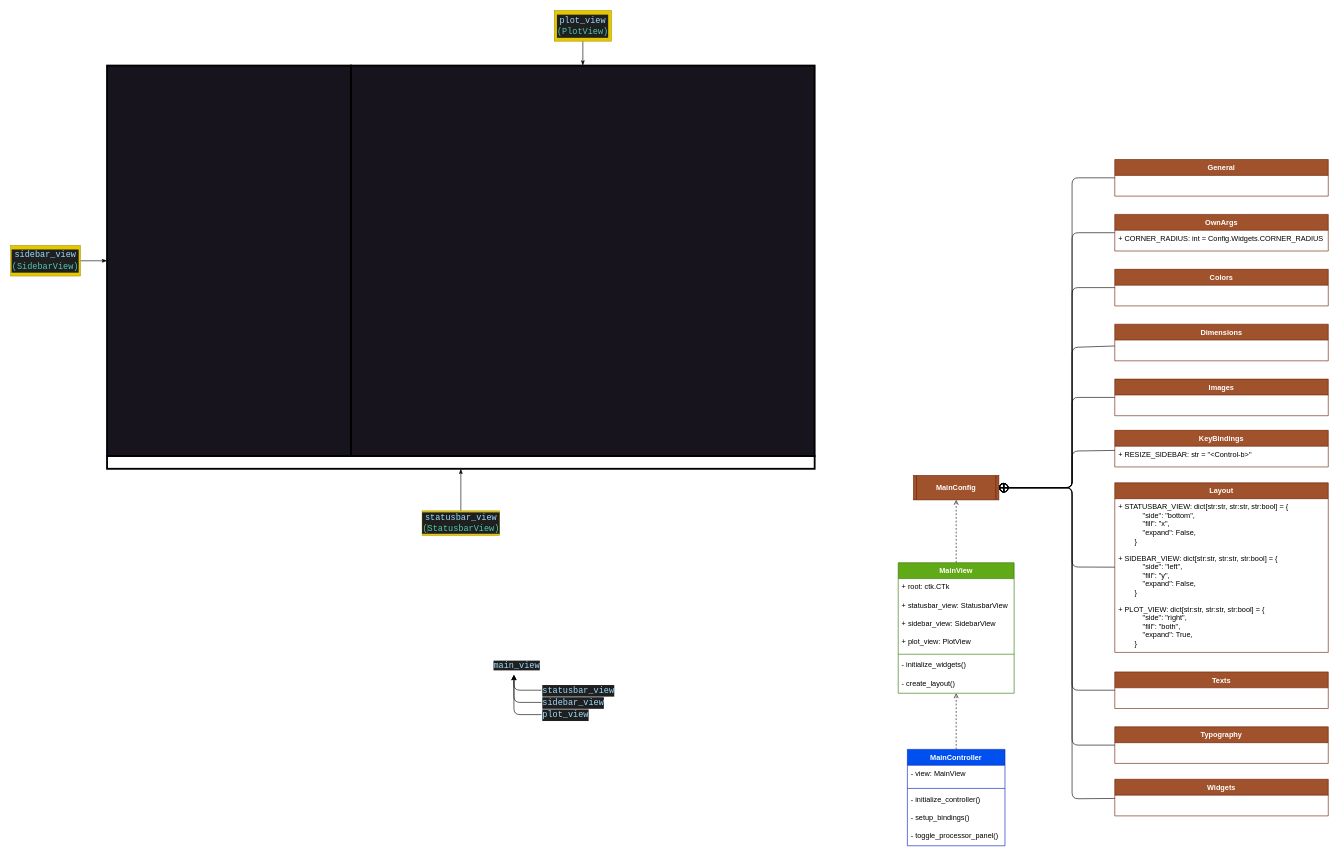
SamerKharabish/CSVision keeps this draw.io diagram as documentation/main_ui.drawio. Above is the earlier version. Source tidied: cells renumbered, new cells numbered last; positions are measured from the earlier drawing's top-left corner, leaving out a move shared by most shapes. Both pictures are drawn from the tidied source at 61%, with x=0, y=0 at pixel (10, 10).
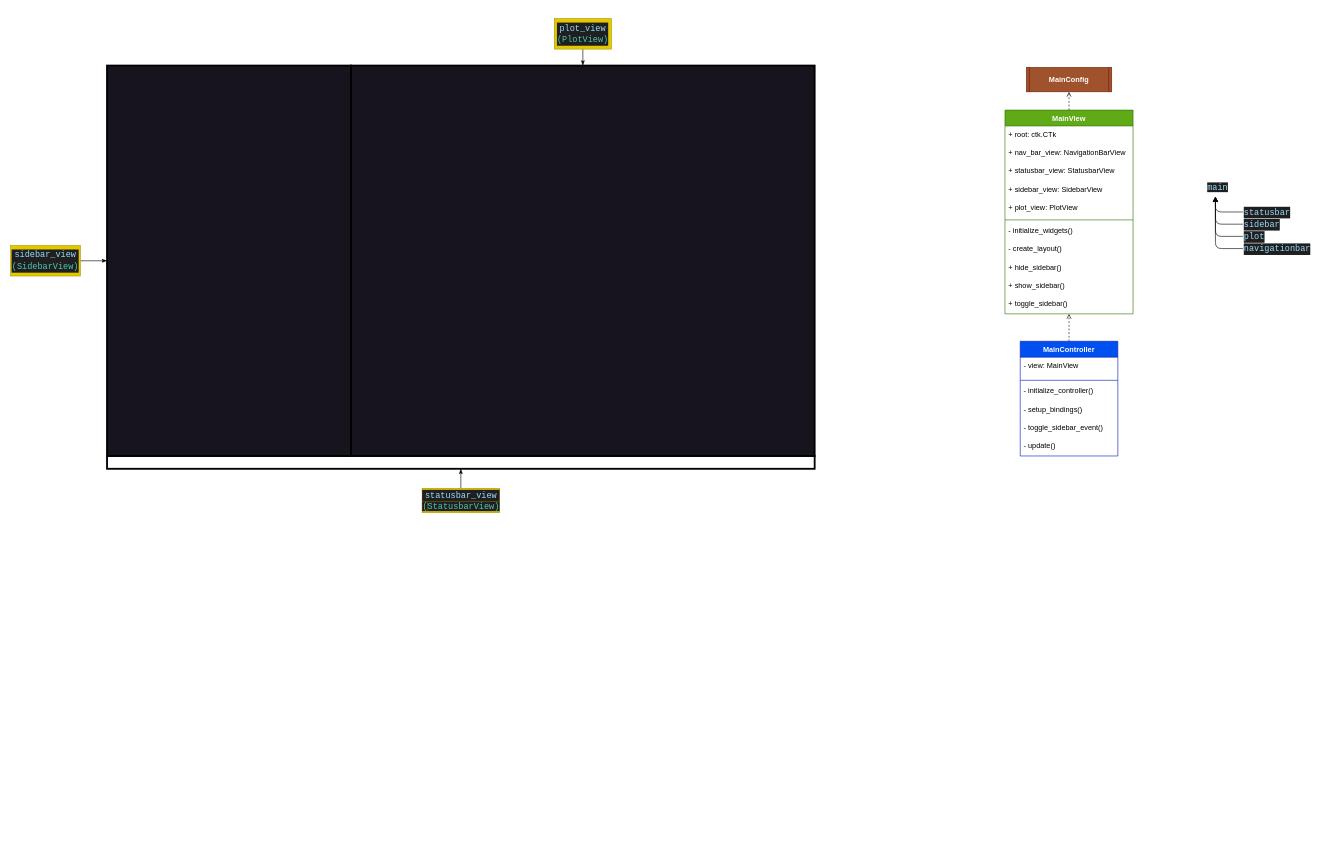
The same page after the edit.

What changed in the source:
```diff
@@
     <mxCell id="8" value="&lt;div style=&quot;color: rgb(204, 204, 204); background-color: rgb(31, 31, 31); font-family: Consolas, &amp;quot;Courier New&amp;quot;, monospace; font-size: 14px; line-height: 19px;&quot;&gt;&lt;span style=&quot;color: #9cdcfe;&quot;&gt;statusbar_view&lt;/span&gt;&lt;/div&gt;&lt;span style=&quot;color: rgb(78, 201, 176); font-family: Consolas, &amp;quot;Courier New&amp;quot;, monospace; font-size: 14px; background-color: rgb(31, 31, 31);&quot;&gt;(&lt;/span&gt;&lt;span style=&quot;color: rgb(78, 201, 176); background-color: rgb(31, 31, 31); font-family: Consolas, &amp;quot;Courier New&amp;quot;, monospace; font-size: 14px;&quot;&gt;StatusbarView)&lt;/span&gt;&lt;span style=&quot;color: rgb(78, 201, 176); font-family: Consolas, &amp;quot;Courier New&amp;quot;, monospace; font-size: 14px; background-color: rgb(31, 31, 31);&quot;&gt;&lt;br&gt;&lt;/span&gt;" style="text;html=1;strokeColor=#B09500;fillColor=#e3c800;align=center;verticalAlign=middle;whiteSpace=wrap;rounded=0;fontColor=#000000;" parent="1" vertex="1">
-      <mxGeometry x="674.5" y="820" width="127" height="40" as="geometry" />
+      <mxGeometry x="674.5" y="783" width="127" height="40" as="geometry" />
     </mxCell>
@@
     <mxCell id="11" value="&lt;div style=&quot;color: rgb(204, 204, 204); background-color: rgb(31, 31, 31); font-family: Consolas, &amp;quot;Courier New&amp;quot;, monospace; font-weight: normal; font-size: 14px; line-height: 19px;&quot;&gt;&lt;div style=&quot;line-height: 19px;&quot;&gt;&lt;div style=&quot;line-height: 19px;&quot;&gt;&lt;div style=&quot;line-height: 19px;&quot;&gt;&lt;div style=&quot;line-height: 19px;&quot;&gt;&lt;div style=&quot;line-height: 19px;&quot;&gt;&lt;div style=&quot;line-height: 19px;&quot;&gt;&lt;span style=&quot;color: #9cdcfe;&quot;&gt;plot_view&lt;/span&gt;&lt;/div&gt;&lt;/div&gt;&lt;/div&gt;&lt;div style=&quot;line-height: 19px;&quot;&gt;&lt;span style=&quot;color: #4ec9b0;&quot;&gt;(&lt;/span&gt;&lt;span style=&quot;color: rgb(78, 201, 176);&quot;&gt;PlotView&lt;/span&gt;&lt;span style=&quot;color: rgb(78, 201, 176);&quot;&gt;)&lt;/span&gt;&lt;br&gt;&lt;/div&gt;&lt;/div&gt;&lt;/div&gt;&lt;/div&gt;&lt;/div&gt;" style="text;whiteSpace=wrap;html=1;align=center;fillColor=#e3c800;fontColor=#000000;strokeColor=#B09500;" parent="1" vertex="1">
-      <mxGeometry x="891.2" width="93.6" height="50" as="geometry" />
+      <mxGeometry x="891.2" y="13" width="93.6" height="50" as="geometry" />
     </mxCell>
-    <mxCell id="12" value="&lt;span style=&quot;color: rgb(156, 220, 254); font-family: Consolas, &amp;quot;Courier New&amp;quot;, monospace; font-size: 14px; text-align: center; background-color: rgb(31, 31, 31);&quot;&gt;main_view&lt;/span&gt;" style="text;whiteSpace=wrap;html=1;" parent="1" vertex="1">
-      <mxGeometry x="790" y="1059" width="70" height="30" as="geometry" />
+    <mxCell id="12" value="&lt;span style=&quot;color: rgb(156, 220, 254); font-family: Consolas, &amp;quot;Courier New&amp;quot;, monospace; font-size: 14px; text-align: center; background-color: rgb(31, 31, 31);&quot;&gt;main&lt;/span&gt;" style="text;whiteSpace=wrap;html=1;" parent="1" vertex="1">
+      <mxGeometry x="1960" y="275" width="30" height="30" as="geometry" />
     </mxCell>
     <mxCell id="13" style="edgeStyle=none;html=1;entryX=0.5;entryY=1;entryDx=0;entryDy=0;" parent="1" edge="1" source="14" target="12">
       <mxGeometry relative="1" as="geometry">
         <Array as="points">
-          <mxPoint x="825" y="1114" />
+          <mxPoint x="1975" y="330" />
         </Array>
       </mxGeometry>
     </mxCell>
-    <mxCell id="14" value="&lt;div style=&quot;color: rgb(204, 204, 204); background-color: rgb(31, 31, 31); font-family: Consolas, &amp;quot;Courier New&amp;quot;, monospace; font-size: 14px; line-height: 19px;&quot;&gt;&lt;span style=&quot;color: #9cdcfe;&quot;&gt;statusbar_view&lt;/span&gt;&lt;/div&gt;" style="text;whiteSpace=wrap;html=1;" parent="1" vertex="1">
-      <mxGeometry x="870" y="1099" width="120" height="30" as="geometry" />
+    <mxCell id="14" value="&lt;div style=&quot;color: rgb(204, 204, 204); background-color: rgb(31, 31, 31); font-family: Consolas, &amp;quot;Courier New&amp;quot;, monospace; font-size: 14px; line-height: 19px;&quot;&gt;&lt;span style=&quot;color: #9cdcfe;&quot;&gt;statusbar&lt;/span&gt;&lt;/div&gt;" style="text;whiteSpace=wrap;html=1;" parent="1" vertex="1">
+      <mxGeometry x="2020" y="315" width="70" height="30" as="geometry" />
     </mxCell>
     <mxCell id="15" style="edgeStyle=none;html=1;entryX=0.5;entryY=1;entryDx=0;entryDy=0;" parent="1" edge="1" source="16" target="12">
       <mxGeometry relative="1" as="geometry">
         <Array as="points">
-          <mxPoint x="825" y="1134" />
+          <mxPoint x="1975" y="350" />
         </Array>
       </mxGeometry>
     </mxCell>
-    <mxCell id="16" value="&lt;div style=&quot;color: rgb(204, 204, 204); background-color: rgb(31, 31, 31); font-family: Consolas, &amp;quot;Courier New&amp;quot;, monospace; font-weight: normal; font-size: 14px; line-height: 19px;&quot;&gt;&lt;div&gt;&lt;span style=&quot;color: #9cdcfe;&quot;&gt;sidebar_view&lt;/span&gt;&lt;/div&gt;&lt;/div&gt;" style="text;whiteSpace=wrap;html=1;" parent="1" vertex="1">
-      <mxGeometry x="870" y="1119" width="100" height="30" as="geometry" />
+    <mxCell id="16" value="&lt;div style=&quot;color: rgb(204, 204, 204); background-color: rgb(31, 31, 31); font-family: Consolas, &amp;quot;Courier New&amp;quot;, monospace; font-weight: normal; font-size: 14px; line-height: 19px;&quot;&gt;&lt;div&gt;&lt;span style=&quot;color: #9cdcfe;&quot;&gt;sidebar&lt;/span&gt;&lt;/div&gt;&lt;/div&gt;" style="text;whiteSpace=wrap;html=1;" parent="1" vertex="1">
+      <mxGeometry x="2020" y="335" width="60" height="30" as="geometry" />
     </mxCell>
     <mxCell id="17" style="edgeStyle=none;html=1;entryX=0.5;entryY=1;entryDx=0;entryDy=0;" parent="1" edge="1" source="18" target="12">
       <mxGeometry relative="1" as="geometry">
         <Array as="points">
-          <mxPoint x="825" y="1154" />
+          <mxPoint x="1975" y="370" />
         </Array>
       </mxGeometry>
     </mxCell>
-    <mxCell id="18" value="&lt;div style=&quot;color: rgb(204, 204, 204); background-color: rgb(31, 31, 31); font-family: Consolas, &amp;quot;Courier New&amp;quot;, monospace; font-weight: normal; font-size: 14px; line-height: 19px;&quot;&gt;&lt;div&gt;&lt;span style=&quot;color: #9cdcfe;&quot;&gt;plot_view&lt;/span&gt;&lt;/div&gt;&lt;/div&gt;" style="text;whiteSpace=wrap;html=1;" parent="1" vertex="1">
-      <mxGeometry x="870" y="1139" width="70" height="30" as="geometry" />
+    <mxCell id="18" value="&lt;div style=&quot;color: rgb(204, 204, 204); background-color: rgb(31, 31, 31); font-family: Consolas, &amp;quot;Courier New&amp;quot;, monospace; font-weight: normal; font-size: 14px; line-height: 19px;&quot;&gt;&lt;div&gt;&lt;span style=&quot;color: #9cdcfe;&quot;&gt;plot&lt;/span&gt;&lt;/div&gt;&lt;/div&gt;" style="text;whiteSpace=wrap;html=1;" parent="1" vertex="1">
+      <mxGeometry x="2020" y="355" width="40" height="30" as="geometry" />
     </mxCell>
@@
     <mxCell id="20" value="MainController" style="swimlane;fontStyle=1;align=center;verticalAlign=top;horizontal=1;startSize=26;rounded=0;fillColor=#0050ef;fontColor=#ffffff;strokeColor=#001DBC;" parent="1" vertex="1">
-      <mxGeometry x="1470" y="1211" width="160" height="158" as="geometry" />
+      <mxGeometry x="1655" y="542" width="160" height="188" as="geometry" />
     </mxCell>
@@
-    <mxCell id="25" value="- toggle_processor_panel()" style="text;strokeColor=none;fillColor=none;align=left;verticalAlign=top;spacingLeft=4;spacingRight=4;overflow=hidden;rounded=0;" parent="20" vertex="1">
+    <mxCell id="25" value="- toggle_sidebar_event()" style="text;strokeColor=none;fillColor=none;align=left;verticalAlign=top;spacingLeft=4;spacingRight=4;overflow=hidden;rounded=0;" parent="20" vertex="1">
       <mxGeometry y="128" width="160" height="30" as="geometry" />
     </mxCell>
+    <mxCell id="61" value="- update()" style="text;strokeColor=none;fillColor=none;align=left;verticalAlign=top;spacingLeft=4;spacingRight=4;overflow=hidden;rounded=0;" parent="20" vertex="1">
+      <mxGeometry y="158" width="160" height="30" as="geometry" />
+    </mxCell>
@@
     <mxCell id="27" value="MainView" style="swimlane;fontStyle=1;align=center;verticalAlign=top;horizontal=1;startSize=26;rounded=0;fillColor=#60a917;fontColor=#ffffff;strokeColor=#2D7600;" parent="1" vertex="1">
-      <mxGeometry x="1455" y="905" width="190" height="214" as="geometry" />
+      <mxGeometry x="1630" y="163" width="210" height="334" as="geometry" />
     </mxCell>
     <mxCell id="28" value="+ root: ctk.CTk" style="text;strokeColor=none;fillColor=none;align=left;verticalAlign=top;spacingLeft=4;spacingRight=4;overflow=hidden;rounded=0;" parent="27" vertex="1">
-      <mxGeometry y="26" width="190" height="30" as="geometry" />
+      <mxGeometry y="26" width="210" height="30" as="geometry" />
     </mxCell>
+    <mxCell id="62" value="+ nav_bar_view: NavigationBarView" style="text;strokeColor=none;fillColor=none;align=left;verticalAlign=top;spacingLeft=4;spacingRight=4;overflow=hidden;rounded=0;" parent="27" vertex="1">
+      <mxGeometry y="56" width="210" height="30" as="geometry" />
+    </mxCell>
     <mxCell id="29" value="+ statusbar_view: StatusbarView" style="text;strokeColor=none;fillColor=none;align=left;verticalAlign=top;spacingLeft=4;spacingRight=4;overflow=hidden;rounded=0;" parent="27" vertex="1">
-      <mxGeometry y="56" width="190" height="30" as="geometry" />
+      <mxGeometry y="86" width="210" height="30" as="geometry" />
     </mxCell>
     <mxCell id="30" value="+ sidebar_view: SidebarView" style="text;strokeColor=none;fillColor=none;align=left;verticalAlign=top;spacingLeft=4;spacingRight=4;overflow=hidden;rounded=0;" parent="27" vertex="1">
-      <mxGeometry y="86" width="190" height="30" as="geometry" />
+      <mxGeometry y="116" width="210" height="30" as="geometry" />
     </mxCell>
     <mxCell id="31" value="+ plot_view: PlotView" style="text;strokeColor=none;fillColor=none;align=left;verticalAlign=top;spacingLeft=4;spacingRight=4;overflow=hidden;rounded=0;" parent="27" vertex="1">
-      <mxGeometry y="116" width="190" height="30" as="geometry" />
+      <mxGeometry y="146" width="210" height="30" as="geometry" />
     </mxCell>
     <mxCell id="32" style="line;strokeWidth=1;fillColor=none;align=left;verticalAlign=middle;spacingTop=-1;spacingLeft=3;spacingRight=3;labelPosition=right;strokeColor=inherit;rounded=0;" parent="27" vertex="1">
-      <mxGeometry y="146" width="190" height="8" as="geometry" />
+      <mxGeometry y="176" width="210" height="8" as="geometry" />
     </mxCell>
     <mxCell id="33" value="- initialize_widgets()" style="text;strokeColor=none;fillColor=none;align=left;verticalAlign=top;spacingLeft=4;spacingRight=4;overflow=hidden;rounded=0;" parent="27" vertex="1">
-      <mxGeometry y="154" width="190" height="30" as="geometry" />
+      <mxGeometry y="184" width="210" height="30" as="geometry" />
     </mxCell>
+    <mxCell id="63" value="- create_layout()" style="text;strokeColor=none;fillColor=none;align=left;verticalAlign=top;spacingLeft=4;spacingRight=4;overflow=hidden;rounded=0;" parent="27" vertex="1">
+      <mxGeometry y="214" width="210" height="30" as="geometry" />
+    </mxCell>
-    <mxCell id="34" value="- create_layout()" style="text;strokeColor=none;fillColor=none;align=left;verticalAlign=top;spacingLeft=4;spacingRight=4;overflow=hidden;rounded=0;" parent="27" vertex="1">
-      <mxGeometry y="184" width="190" height="30" as="geometry" />
+    <mxCell id="34" value="+ hide_sidebar()" style="text;strokeColor=none;fillColor=none;align=left;verticalAlign=top;spacingLeft=4;spacingRight=4;overflow=hidden;rounded=0;" parent="27" vertex="1">
+      <mxGeometry y="244" width="210" height="30" as="geometry" />
     </mxCell>
-    <mxCell id="35" style="edgeStyle=none;html=1;entryX=1;entryY=0.5;entryDx=0;entryDy=0;endArrow=circlePlus;endFill=0;" parent="1" edge="1" source="36" target="37">
-      <mxGeometry relative="1" as="geometry">
-        <Array as="points">
-          <mxPoint x="1740" y="274" />
-          <mxPoint x="1740" y="782" />
-        </Array>
-      </mxGeometry>
-    </mxCell>
-    <mxCell id="36" value="General" style="swimlane;fontStyle=1;align=center;verticalAlign=top;horizontal=1;startSize=26;rounded=0;fillColor=#a0522d;fontColor=#ffffff;strokeColor=#6D1F00;" parent="1" vertex="1">
-      <mxGeometry x="1810" y="244" width="350" height="60" as="geometry" />
-    </mxCell>
+    <mxCell id="64" value="+ show_sidebar()" style="text;strokeColor=none;fillColor=none;align=left;verticalAlign=top;spacingLeft=4;spacingRight=4;overflow=hidden;rounded=0;" parent="27" vertex="1">
+      <mxGeometry y="274" width="210" height="30" as="geometry" />
+    </mxCell>
+    <mxCell id="65" value="+ toggle_sidebar()" style="text;strokeColor=none;fillColor=none;align=left;verticalAlign=top;spacingLeft=4;spacingRight=4;overflow=hidden;rounded=0;" parent="27" vertex="1">
+      <mxGeometry y="304" width="210" height="30" as="geometry" />
+    </mxCell>
     <mxCell id="37" value="MainConfig" style="shape=process2;fixedSize=1;size=5;fontStyle=1;fillColor=#a0522d;fontColor=#ffffff;strokeColor=#6D1F00;" parent="1" vertex="1">
-      <mxGeometry x="1480" y="762" width="140" height="40" as="geometry" />
+      <mxGeometry x="1665" y="93" width="140" height="40" as="geometry" />
     </mxCell>
-    <mxCell id="38" style="edgeStyle=none;html=1;entryX=1;entryY=0.5;entryDx=0;entryDy=0;endArrow=circlePlus;endFill=0;" parent="1" edge="1" source="39" target="37">
-      <mxGeometry relative="1" as="geometry">
-        <Array as="points">
-          <mxPoint x="1740" y="454" />
-          <mxPoint x="1740" y="782" />
-        </Array>
-      </mxGeometry>
-    </mxCell>
-    <mxCell id="39" value="Colors" style="swimlane;fontStyle=1;align=center;verticalAlign=top;horizontal=1;startSize=26;rounded=0;fillColor=#a0522d;fontColor=#ffffff;strokeColor=#6D1F00;" parent="1" vertex="1">
-      <mxGeometry x="1810" y="424" width="350" height="60" as="geometry" />
-    </mxCell>
-    <mxCell id="40" style="edgeStyle=none;html=1;entryX=1;entryY=0.5;entryDx=0;entryDy=0;endArrow=circlePlus;endFill=0;" parent="1" edge="1" source="41" target="37">
-      <mxGeometry relative="1" as="geometry">
-        <Array as="points">
-          <mxPoint x="1740" y="552" />
-          <mxPoint x="1740" y="782" />
-        </Array>
-      </mxGeometry>
-    </mxCell>
-    <mxCell id="41" value="Dimensions" style="swimlane;fontStyle=1;align=center;verticalAlign=top;horizontal=1;startSize=26;rounded=0;fillColor=#a0522d;fontColor=#ffffff;strokeColor=#6D1F00;" parent="1" vertex="1">
-      <mxGeometry x="1810" y="514" width="350" height="60" as="geometry" />
-    </mxCell>
-    <mxCell id="42" style="edgeStyle=none;html=1;entryX=1;entryY=0.5;entryDx=0;entryDy=0;endArrow=circlePlus;endFill=0;" parent="1" edge="1" source="43" target="37">
-      <mxGeometry relative="1" as="geometry">
-        <Array as="points">
-          <mxPoint x="1740" y="634" />
-          <mxPoint x="1740" y="782" />
-        </Array>
-      </mxGeometry>
-    </mxCell>
-    <mxCell id="43" value="Images" style="swimlane;fontStyle=1;align=center;verticalAlign=top;horizontal=1;startSize=26;rounded=0;fillColor=#a0522d;fontColor=#ffffff;strokeColor=#6D1F00;" parent="1" vertex="1">
-      <mxGeometry x="1810" y="604" width="350" height="60" as="geometry" />
-    </mxCell>
-    <mxCell id="44" style="edgeStyle=none;html=1;entryX=1;entryY=0.5;entryDx=0;entryDy=0;endArrow=circlePlus;endFill=0;" parent="1" edge="1" source="45" target="37">
-      <mxGeometry relative="1" as="geometry">
-        <Array as="points">
-          <mxPoint x="1740" y="912" />
-          <mxPoint x="1740" y="782" />
-        </Array>
-      </mxGeometry>
-    </mxCell>
-    <mxCell id="45" value="Layout" style="swimlane;fontStyle=1;align=center;verticalAlign=top;horizontal=1;startSize=26;rounded=0;fillColor=#a0522d;fontColor=#ffffff;strokeColor=#6D1F00;" parent="1" vertex="1">
-      <mxGeometry x="1810" y="774" width="350" height="278" as="geometry" />
-    </mxCell>
-    <mxCell id="46" value="+ STATUSBAR_VIEW: dict[str:str, str:str, str:bool] = {&#10;            &quot;side&quot;: &quot;bottom&quot;,&#10;            &quot;fill&quot;: &quot;x&quot;,&#10;            &quot;expand&quot;: False,&#10;        }" style="text;strokeColor=none;fillColor=none;align=left;verticalAlign=top;spacingLeft=4;spacingRight=4;overflow=hidden;rounded=0;" parent="45" vertex="1">
-      <mxGeometry y="26" width="350" height="84" as="geometry" />
-    </mxCell>
-    <mxCell id="47" value="+ SIDEBAR_VIEW: dict[str:str, str:str, str:bool] = {&#10;            &quot;side&quot;: &quot;left&quot;,&#10;            &quot;fill&quot;: &quot;y&quot;,&#10;            &quot;expand&quot;: False,&#10;        }" style="text;strokeColor=none;fillColor=none;align=left;verticalAlign=top;spacingLeft=4;spacingRight=4;overflow=hidden;rounded=0;" parent="45" vertex="1">
-      <mxGeometry y="110" width="350" height="84" as="geometry" />
-    </mxCell>
-    <mxCell id="48" value="+ PLOT_VIEW: dict[str:str, str:str, str:bool] = {&#10;            &quot;side&quot;: &quot;right&quot;,&#10;            &quot;fill&quot;: &quot;both&quot;,&#10;            &quot;expand&quot;: True,&#10;        }" style="text;strokeColor=none;fillColor=none;align=left;verticalAlign=top;spacingLeft=4;spacingRight=4;overflow=hidden;rounded=0;" parent="45" vertex="1">
-      <mxGeometry y="194" width="350" height="84" as="geometry" />
-    </mxCell>
-    <mxCell id="49" style="edgeStyle=none;html=1;entryX=1;entryY=0.5;entryDx=0;entryDy=0;endArrow=circlePlus;endFill=0;" parent="1" edge="1" source="50" target="37">
-      <mxGeometry relative="1" as="geometry">
-        <Array as="points">
-          <mxPoint x="1740" y="1204" />
-          <mxPoint x="1740" y="782" />
-        </Array>
-      </mxGeometry>
-    </mxCell>
-    <mxCell id="50" value="Typography" style="swimlane;fontStyle=1;align=center;verticalAlign=top;horizontal=1;startSize=26;rounded=0;fillColor=#a0522d;fontColor=#ffffff;strokeColor=#6D1F00;" parent="1" vertex="1">
-      <mxGeometry x="1810" y="1174" width="350" height="60" as="geometry" />
-    </mxCell>
-    <mxCell id="51" style="edgeStyle=none;html=1;entryX=1;entryY=0.5;entryDx=0;entryDy=0;endArrow=circlePlus;endFill=0;" parent="1" edge="1" source="52" target="37">
-      <mxGeometry relative="1" as="geometry">
-        <Array as="points">
-          <mxPoint x="1740" y="1114" />
-          <mxPoint x="1740" y="782" />
-        </Array>
-      </mxGeometry>
-    </mxCell>
-    <mxCell id="52" value="Texts" style="swimlane;fontStyle=1;align=center;verticalAlign=top;horizontal=1;startSize=26;rounded=0;fillColor=#a0522d;fontColor=#ffffff;strokeColor=#6D1F00;" parent="1" vertex="1">
-      <mxGeometry x="1810" y="1084" width="350" height="60" as="geometry" />
-    </mxCell>
-    <mxCell id="53" style="edgeStyle=none;html=1;entryX=1;entryY=0.5;entryDx=0;entryDy=0;endArrow=circlePlus;endFill=0;" parent="1" edge="1" source="54" target="37">
-      <mxGeometry relative="1" as="geometry">
-        <Array as="points">
-          <mxPoint x="1740" y="1292" />
-          <mxPoint x="1740" y="782" />
-        </Array>
-      </mxGeometry>
-    </mxCell>
-    <mxCell id="54" value="Widgets" style="swimlane;fontStyle=1;align=center;verticalAlign=top;horizontal=1;startSize=26;rounded=0;fillColor=#a0522d;fontColor=#ffffff;strokeColor=#6D1F00;" parent="1" vertex="1">
-      <mxGeometry x="1810" y="1260" width="350" height="60" as="geometry" />
-    </mxCell>
-    <mxCell id="55" style="edgeStyle=none;html=1;entryX=1;entryY=0.5;entryDx=0;entryDy=0;endArrow=circlePlus;endFill=0;" parent="1" edge="1" source="56" target="37">
-      <mxGeometry relative="1" as="geometry">
-        <Array as="points">
-          <mxPoint x="1740" y="364" />
-          <mxPoint x="1740" y="782" />
-        </Array>
-      </mxGeometry>
-    </mxCell>
-    <mxCell id="56" value="OwnArgs" style="swimlane;fontStyle=1;align=center;verticalAlign=top;horizontal=1;startSize=26;rounded=0;fillColor=#a0522d;fontColor=#ffffff;strokeColor=#6D1F00;" parent="1" vertex="1">
-      <mxGeometry x="1810" y="334" width="350" height="60" as="geometry" />
-    </mxCell>
-    <mxCell id="57" value="+ CORNER_RADIUS: int = Config.Widgets.CORNER_RADIUS" style="text;strokeColor=none;fillColor=none;align=left;verticalAlign=top;spacingLeft=4;spacingRight=4;overflow=hidden;rounded=0;" parent="56" vertex="1">
-      <mxGeometry y="26" width="350" height="34" as="geometry" />
-    </mxCell>
-    <mxCell id="58" style="edgeStyle=none;html=1;entryX=1;entryY=0.5;entryDx=0;entryDy=0;endArrow=circlePlus;endFill=0;" parent="1" edge="1" source="59" target="37">
-      <mxGeometry relative="1" as="geometry">
-        <Array as="points">
-          <mxPoint x="1740" y="722" />
-          <mxPoint x="1740" y="782" />
-        </Array>
-      </mxGeometry>
-    </mxCell>
-    <mxCell id="59" value="KeyBindings" style="swimlane;fontStyle=1;align=center;verticalAlign=top;horizontal=1;startSize=26;rounded=0;fillColor=#a0522d;fontColor=#ffffff;strokeColor=#6D1F00;" parent="1" vertex="1">
-      <mxGeometry x="1810" y="688" width="350" height="60" as="geometry" />
-    </mxCell>
-    <mxCell id="60" value="+ RESIZE_SIDEBAR: str = &quot;&lt;Control-b&gt;&quot;" style="text;strokeColor=none;fillColor=none;align=left;verticalAlign=top;spacingLeft=4;spacingRight=4;overflow=hidden;rounded=0;" parent="59" vertex="1">
-      <mxGeometry y="26" width="350" height="34" as="geometry" />
-    </mxCell>
+    <mxCell id="66" style="edgeStyle=none;html=1;entryX=0.5;entryY=1;entryDx=0;entryDy=0;" parent="1" edge="1" source="67" target="12">
+      <mxGeometry relative="1" as="geometry">
+        <Array as="points">
+          <mxPoint x="1975" y="390" />
+        </Array>
+      </mxGeometry>
+    </mxCell>
+    <mxCell id="67" value="&lt;div style=&quot;color: rgb(204, 204, 204); background-color: rgb(31, 31, 31); font-family: Consolas, &amp;quot;Courier New&amp;quot;, monospace; font-weight: normal; font-size: 14px; line-height: 19px;&quot;&gt;&lt;div&gt;&lt;span style=&quot;color: #9cdcfe;&quot;&gt;navigationbar&lt;/span&gt;&lt;/div&gt;&lt;/div&gt;" style="text;whiteSpace=wrap;html=1;" parent="1" vertex="1">
+      <mxGeometry x="2020" y="375" width="100" height="30" as="geometry" />
+    </mxCell>
```
